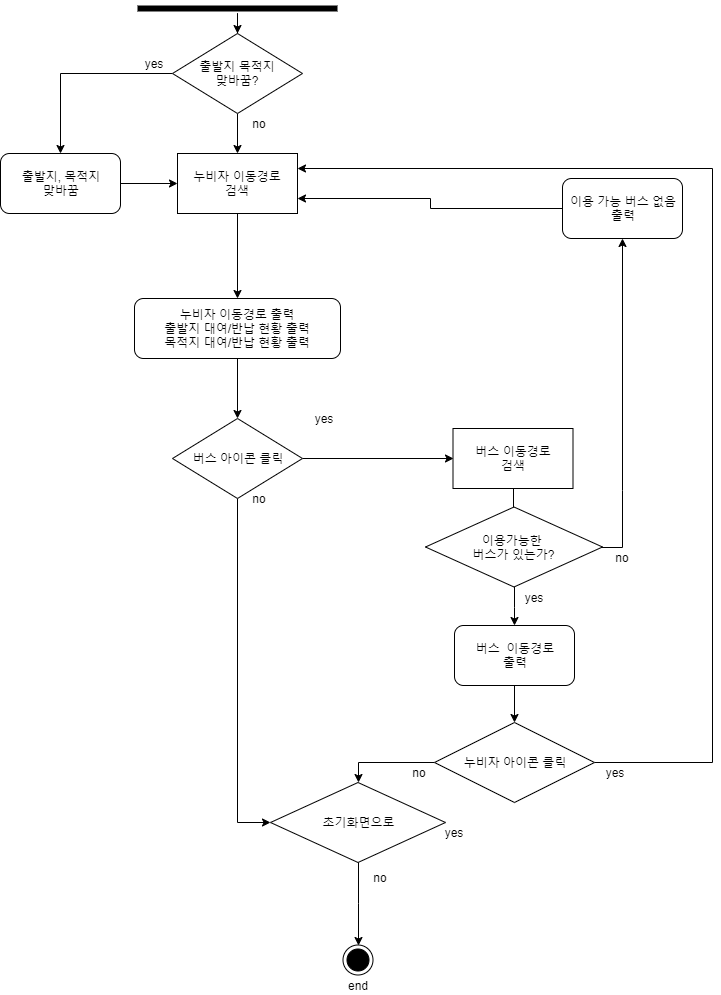
Above: 2nd_homework/activity_diagram/activity-bottom.png in chisacam/CWNU19SE_2B (draw.io), before the change. Source tidied: cells renumbered, new cells last; positions are measured from the earlier drawing's top-left corner, leaving out a move shared by most shapes.
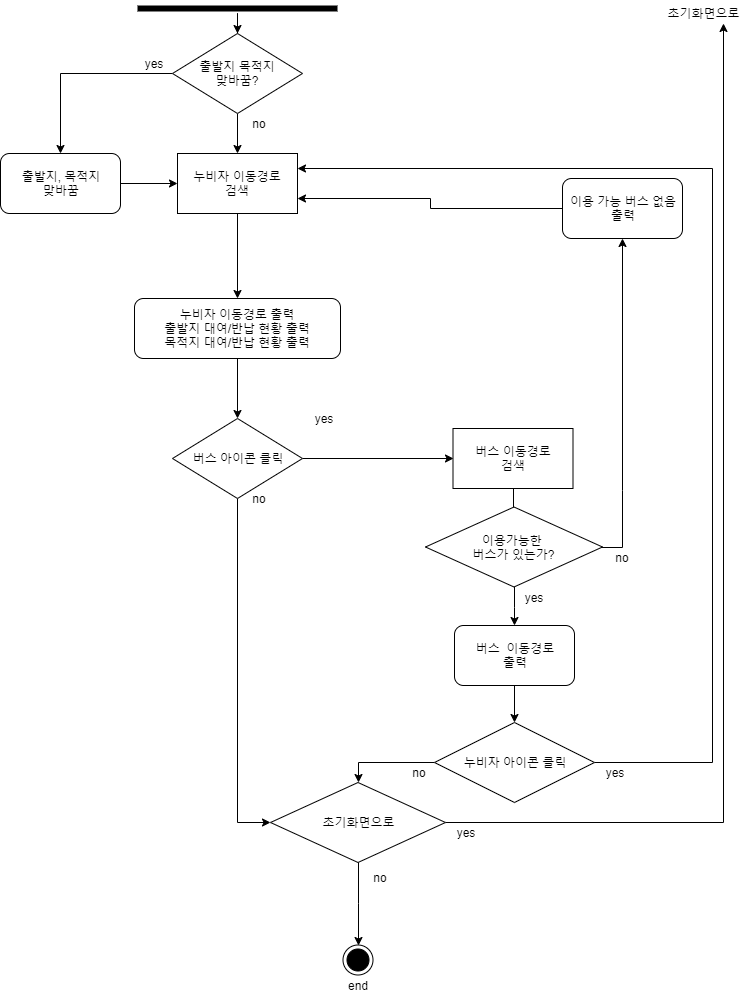
Later version of the same file.

Commit message:
update activity diagram-bottom

The edit, as a diff of the source:
```diff
@@ -58,6 +58,9 @@
     <mxCell id="18" style="edgeStyle=orthogonalEdgeStyle;rounded=0;jettySize=auto;html=1;strokeColor=#000000;entryX=0.5;entryY=0;entryDx=0;entryDy=0;" parent="1" edge="1" source="19" target="20">
       <mxGeometry relative="1" as="geometry" />
     </mxCell>
+    <mxCell id="42" style="edgeStyle=orthogonalEdgeStyle;rounded=0;jettySize=auto;html=1;entryX=0.75;entryY=1;entryDx=0;entryDy=0;exitX=1;exitY=0.5;exitDx=0;exitDy=0;" parent="1" edge="1" source="19" target="43">
+      <mxGeometry relative="1" as="geometry" />
+    </mxCell>
     <mxCell id="19" value="초기화면으로" style="rhombus;whiteSpace=wrap;html=1;strokeColor=#000000;" parent="1" vertex="1">
       <mxGeometry x="270" y="779" width="175" height="80" as="geometry" />
     </mxCell>
@@ -68,7 +71,7 @@
       <mxGeometry x="594" y="759" width="40" height="20" as="geometry" />
     </mxCell>
     <mxCell id="22" value="yes" style="text;html=1;strokeColor=none;fillColor=none;align=center;verticalAlign=middle;whiteSpace=wrap;rounded=0;" parent="1" vertex="1">
-      <mxGeometry x="433" y="819" width="40" height="20" as="geometry" />
+      <mxGeometry x="445" y="819" width="40" height="20" as="geometry" />
     </mxCell>
     <mxCell id="23" value="yes" style="text;html=1;strokeColor=none;fillColor=none;align=center;verticalAlign=middle;whiteSpace=wrap;rounded=0;" parent="1" vertex="1">
       <mxGeometry x="302.5" y="405" width="40" height="20" as="geometry" />
@@ -132,5 +135,8 @@
     <mxCell id="41" value="이용 가능 버스 없음&lt;br&gt;출력" style="rounded=1;whiteSpace=wrap;html=1;" parent="1" vertex="1">
       <mxGeometry x="562" y="175" width="120" height="60" as="geometry" />
     </mxCell>
+    <mxCell id="43" value="초기화면으로" style="text;html=1;strokeColor=none;fillColor=none;align=center;verticalAlign=middle;whiteSpace=wrap;rounded=0;" parent="1" vertex="1">
+      <mxGeometry x="663" width="80" height="20" as="geometry" />
+    </mxCell>
   </root>
 </mxGraphModel>
```
